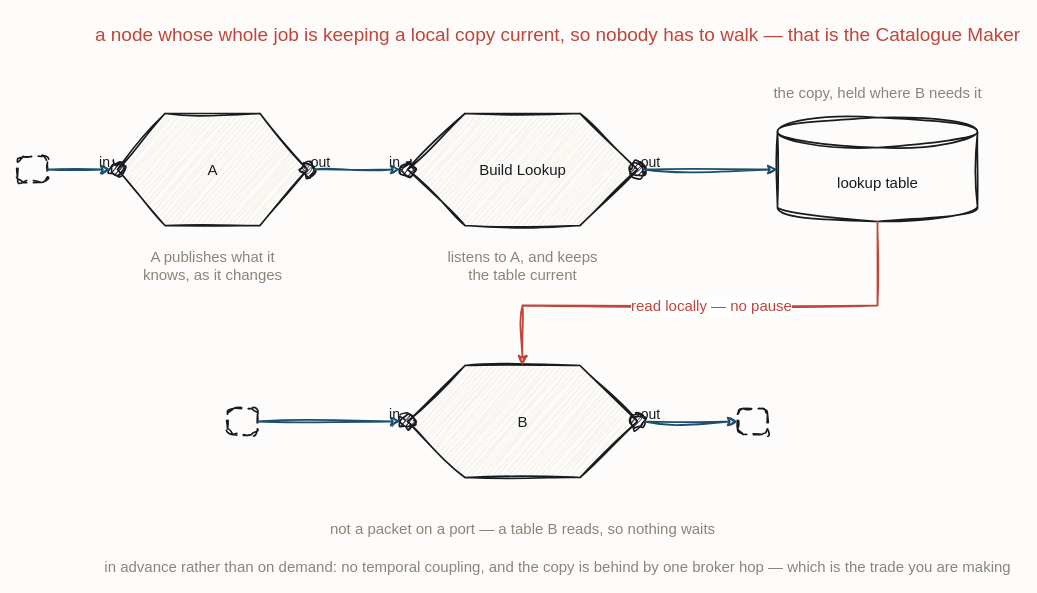
Before: resources/flow-lookup-build.drawio in iancooper/practical-messaging, a draw.io diagram. Source tidied: cells renumbered, new cells numbered last; positions are measured from the earlier drawing's top-left corner, leaving out a move shared by most shapes. Both pictures are drawn from the tidied source at 100%, with x=0, y=0 at pixel (17, 17).
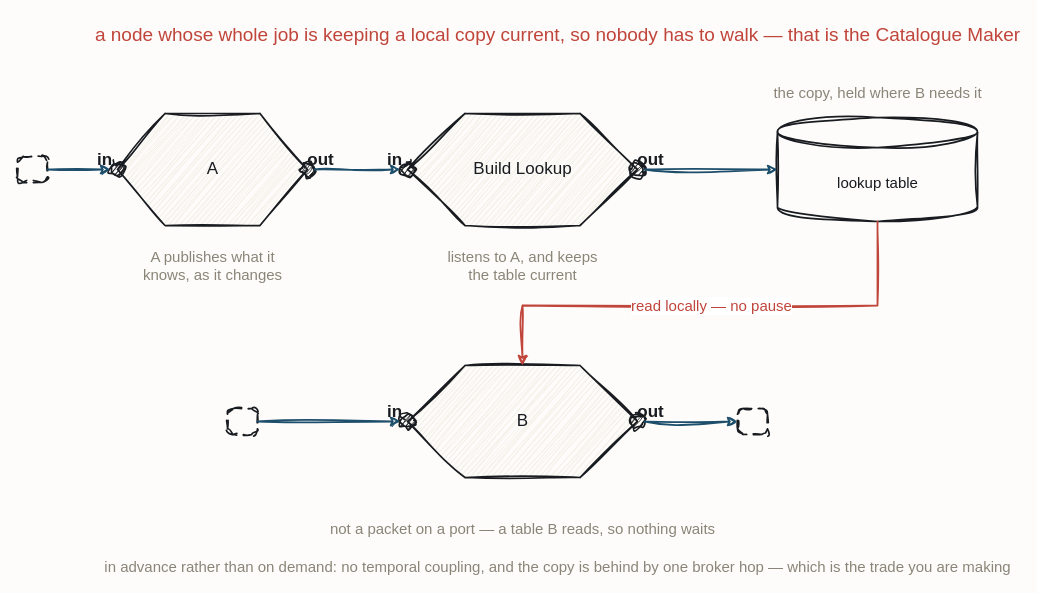
The same page after the edit.

Change to the diagram source:
```diff
@@
-    <mxCell id="3" value="A" style="sketch=1;hachureGap=4;jiggle=2;curveFitting=1;fontFamily=Caveat;html=1;shape=hexagon;perimeter=hexagonPerimeter2;strokeColor=#181B1F;strokeWidth=1.7;fillColor=#F3EFE6;fontColor=#181B1F;fontSize=15;" parent="1" vertex="1">
+    <mxCell id="3" value="A" style="sketch=1;hachureGap=4;jiggle=2;curveFitting=1;fontFamily=Caveat;html=1;shape=hexagon;perimeter=hexagonPerimeter2;strokeColor=#181B1F;strokeWidth=1.7;fillColor=#F3EFE6;fontColor=#181B1F;fontSize=17;" parent="1" vertex="1">
       <mxGeometry x="100" y="96" width="190" height="112" as="geometry" />
     </mxCell>
@@
-    <mxCell id="5" value="in" style="text;html=1;align=center;fontFamily=Caveat;fontSize=14;fontColor=#181B1F;" parent="1" vertex="1">
-      <mxGeometry x="27" y="130" width="120" height="20" as="geometry" />
+    <mxCell id="5" value="in" style="text;html=1;align=center;fontFamily=Caveat;fontSize=17;fontColor=#181B1F;fontStyle=1;" parent="1" vertex="1">
+      <mxGeometry x="27" y="126" width="120" height="20" as="geometry" />
     </mxCell>
@@
-    <mxCell id="7" value="out" style="text;html=1;align=center;fontFamily=Caveat;fontSize=14;fontColor=#181B1F;" parent="1" vertex="1">
-      <mxGeometry x="243" y="130" width="120" height="20" as="geometry" />
+    <mxCell id="7" value="out" style="text;html=1;align=center;fontFamily=Caveat;fontSize=17;fontColor=#181B1F;fontStyle=1;" parent="1" vertex="1">
+      <mxGeometry x="243" y="126" width="120" height="20" as="geometry" />
     </mxCell>
-    <mxCell id="8" value="Build Lookup" style="sketch=1;hachureGap=4;jiggle=2;curveFitting=1;fontFamily=Caveat;html=1;shape=hexagon;perimeter=hexagonPerimeter2;strokeColor=#181B1F;strokeWidth=1.7;fillColor=#F3EFE6;fontColor=#181B1F;fontSize=15;" parent="1" vertex="1">
+    <mxCell id="8" value="Build Lookup" style="sketch=1;hachureGap=4;jiggle=2;curveFitting=1;fontFamily=Caveat;html=1;shape=hexagon;perimeter=hexagonPerimeter2;strokeColor=#181B1F;strokeWidth=1.7;fillColor=#F3EFE6;fontColor=#181B1F;fontSize=17;" parent="1" vertex="1">
       <mxGeometry x="390" y="96" width="230" height="112" as="geometry" />
     </mxCell>
@@
-    <mxCell id="10" value="in" style="text;html=1;align=center;fontFamily=Caveat;fontSize=14;fontColor=#181B1F;" parent="1" vertex="1">
-      <mxGeometry x="317" y="130" width="120" height="20" as="geometry" />
+    <mxCell id="10" value="in" style="text;html=1;align=center;fontFamily=Caveat;fontSize=17;fontColor=#181B1F;fontStyle=1;" parent="1" vertex="1">
+      <mxGeometry x="317" y="126" width="120" height="20" as="geometry" />
     </mxCell>
@@
-    <mxCell id="12" value="out" style="text;html=1;align=center;fontFamily=Caveat;fontSize=14;fontColor=#181B1F;" parent="1" vertex="1">
-      <mxGeometry x="573" y="130" width="120" height="20" as="geometry" />
+    <mxCell id="12" value="out" style="text;html=1;align=center;fontFamily=Caveat;fontSize=17;fontColor=#181B1F;fontStyle=1;" parent="1" vertex="1">
+      <mxGeometry x="573" y="126" width="120" height="20" as="geometry" />
     </mxCell>
@@
-    <mxCell id="14" value="B" style="sketch=1;hachureGap=4;jiggle=2;curveFitting=1;fontFamily=Caveat;html=1;shape=hexagon;perimeter=hexagonPerimeter2;strokeColor=#181B1F;strokeWidth=1.7;fillColor=#F3EFE6;fontColor=#181B1F;fontSize=15;" parent="1" vertex="1">
+    <mxCell id="14" value="B" style="sketch=1;hachureGap=4;jiggle=2;curveFitting=1;fontFamily=Caveat;html=1;shape=hexagon;perimeter=hexagonPerimeter2;strokeColor=#181B1F;strokeWidth=1.7;fillColor=#F3EFE6;fontColor=#181B1F;fontSize=17;" parent="1" vertex="1">
       <mxGeometry x="390" y="348" width="230" height="112" as="geometry" />
     </mxCell>
@@
-    <mxCell id="16" value="in" style="text;html=1;align=center;fontFamily=Caveat;fontSize=14;fontColor=#181B1F;" parent="1" vertex="1">
-      <mxGeometry x="317" y="382" width="120" height="20" as="geometry" />
+    <mxCell id="16" value="in" style="text;html=1;align=center;fontFamily=Caveat;fontSize=17;fontColor=#181B1F;fontStyle=1;" parent="1" vertex="1">
+      <mxGeometry x="317" y="378" width="120" height="20" as="geometry" />
     </mxCell>
@@
-    <mxCell id="18" value="out" style="text;html=1;align=center;fontFamily=Caveat;fontSize=14;fontColor=#181B1F;" parent="1" vertex="1">
-      <mxGeometry x="573" y="382" width="120" height="20" as="geometry" />
+    <mxCell id="18" value="out" style="text;html=1;align=center;fontFamily=Caveat;fontSize=17;fontColor=#181B1F;fontStyle=1;" parent="1" vertex="1">
+      <mxGeometry x="573" y="378" width="120" height="20" as="geometry" />
     </mxCell>
```
